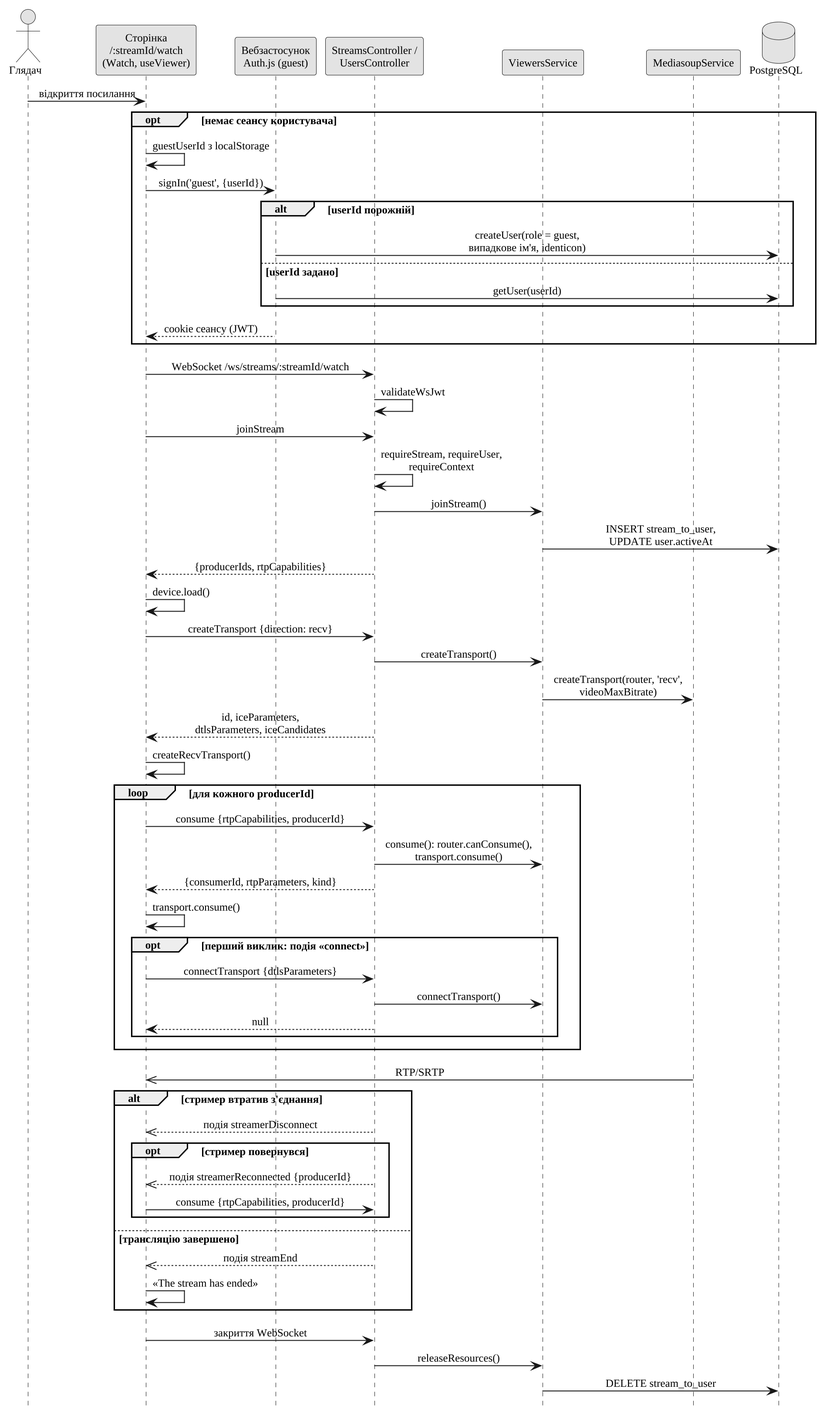
Earlier version of the PlantUML export thesis/diagrams/fig-seq-watch.png (Nikitos1926/stream-share).
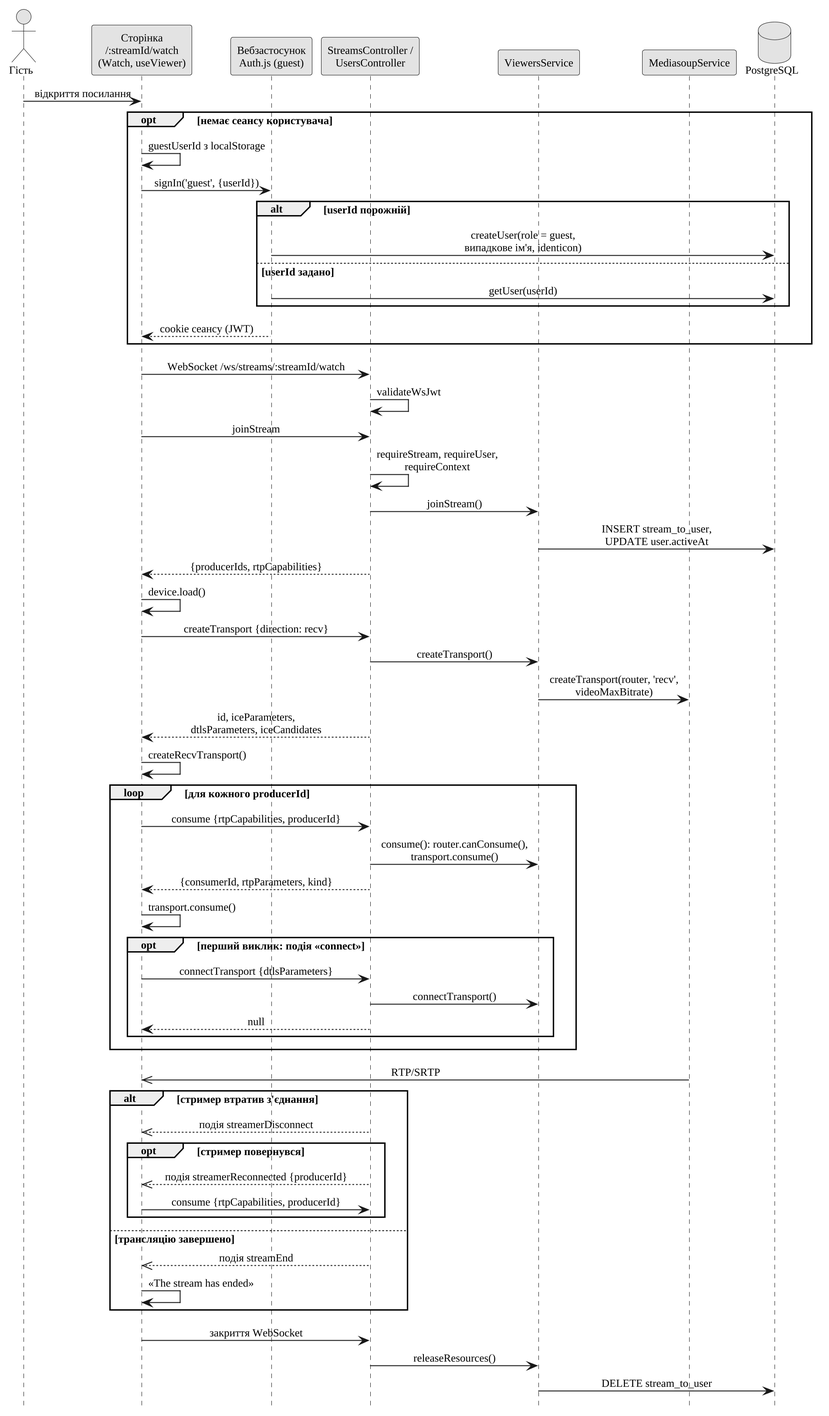
Above is the later version.

Change to the diagram source:
```diff
@@ -8,7 +8,7 @@
 skinparam sequenceMessageAlign center
 hide footbox
 
-actor "Глядач" as U
+actor "Гість" as U
 participant "Сторінка\n/:streamId/watch\n(Watch, useViewer)" as P
 participant "Вебзастосунок\nAuth.js (guest)" as A
 participant "StreamsController /\nUsersController" as C
```
